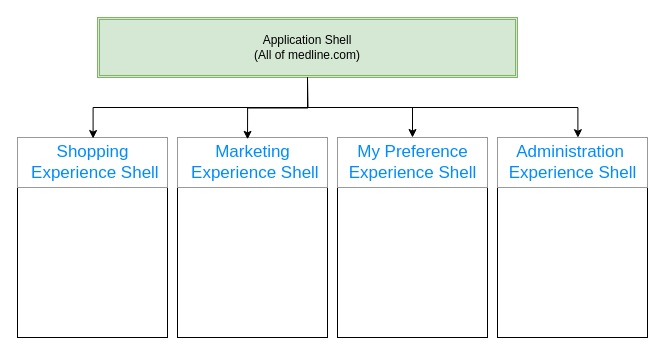
Above: Shell Application Layout.drawio in neio100/orange (draw.io), before the change. Source tidied: cells renumbered, new cells numbered last; positions are measured from the earlier drawing's top-left corner, leaving out a move shared by most shapes. Both pictures are drawn from the tidied source at 100%, with x=0, y=0 at pixel (17, 17).
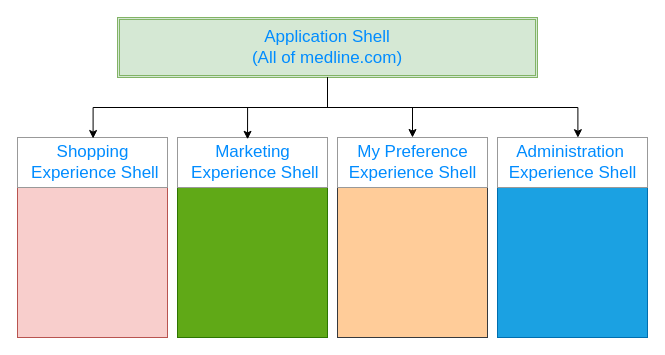
The same page after the edit.

Change to the diagram source:
```diff
@@
 <mxGraphModel>
   <root>
     <mxCell id="0" />
     <mxCell id="1" parent="0" />
     <mxCell id="2" style="edgeStyle=orthogonalEdgeStyle;rounded=0;jettySize=auto;html=1;" parent="1" edge="1" source="3" target="9">
       <mxGeometry relative="1" as="geometry" />
     </mxCell>
-    <mxCell id="3" value="Application Shell&lt;br&gt;(All of medline.com)" style="shape=ext;double=1;rounded=0;whiteSpace=wrap;html=1;fillColor=#d5e8d4;strokeColor=#82b366;" parent="1" vertex="1">
-      <mxGeometry x="80" width="420" height="60" as="geometry" />
+    <mxCell id="3" value="&lt;font style=&quot;font-size: 17px&quot; color=&quot;#008cff&quot;&gt;Application Shell&lt;br&gt;(All of medline.com)&lt;/font&gt;" style="shape=ext;double=1;rounded=0;whiteSpace=wrap;html=1;fillColor=#d5e8d4;strokeColor=#82b366;" parent="1" vertex="1">
+      <mxGeometry x="100" width="420" height="60" as="geometry" />
     </mxCell>
-    <mxCell id="4" style="strokeWidth=1;shadow=0;dashed=0;align=center;html=1;shape=mxgraph.mockup.forms.rrect;rSize=0;" parent="1" vertex="1">
+    <mxCell id="4" style="strokeWidth=1;shadow=0;dashed=0;align=center;html=1;shape=mxgraph.mockup.forms.rrect;rSize=0;fillColor=#f8cecc;strokeColor=#b85450;" parent="1" vertex="1">
       <mxGeometry y="120" width="150" height="200" as="geometry" />
     </mxCell>
     <mxCell id="5" value="Shopping&lt;br&gt;&amp;nbsp;Experience Shell" style="strokeWidth=1;shadow=0;dashed=0;align=center;html=1;shape=mxgraph.mockup.forms.rrect;rSize=0;strokeColor=#999999;fontColor=#008cff;fontSize=17;fillColor=#ffffff;" parent="4" vertex="1">
       <mxGeometry width="150" height="50" relative="1" as="geometry" />
     </mxCell>
-    <mxCell id="6" style="strokeWidth=1;shadow=0;dashed=0;align=center;html=1;shape=mxgraph.mockup.forms.rrect;rSize=0;" parent="1" vertex="1">
+    <mxCell id="6" style="strokeWidth=1;shadow=0;dashed=0;align=center;html=1;shape=mxgraph.mockup.forms.rrect;rSize=0;fillColor=#60a917;strokeColor=#2D7600;fontColor=#ffffff;" parent="1" vertex="1">
       <mxGeometry x="160" y="120" width="150" height="200" as="geometry" />
     </mxCell>
     <mxCell id="7" value="Marketing&lt;br&gt;&amp;nbsp;Experience Shell" style="strokeWidth=1;shadow=0;dashed=0;align=center;html=1;shape=mxgraph.mockup.forms.rrect;rSize=0;strokeColor=#999999;fontColor=#008cff;fontSize=17;fillColor=#ffffff;" parent="6" vertex="1">
       <mxGeometry width="150" height="50" relative="1" as="geometry" />
     </mxCell>
-    <mxCell id="8" style="strokeWidth=1;shadow=0;dashed=0;align=center;html=1;shape=mxgraph.mockup.forms.rrect;rSize=0;" parent="1" vertex="1">
+    <mxCell id="8" style="strokeWidth=1;shadow=0;dashed=0;align=center;html=1;shape=mxgraph.mockup.forms.rrect;rSize=0;fillColor=#ffcc99;strokeColor=#36393d;" parent="1" vertex="1">
       <mxGeometry x="320" y="120" width="150" height="200" as="geometry" />
     </mxCell>
     <mxCell id="9" value="My Preference&lt;br&gt;Experience Shell" style="strokeWidth=1;shadow=0;dashed=0;align=center;html=1;shape=mxgraph.mockup.forms.rrect;rSize=0;strokeColor=#999999;fontColor=#008cff;fontSize=17;fillColor=#ffffff;" parent="8" vertex="1">
       <mxGeometry width="150" height="50" relative="1" as="geometry" />
     </mxCell>
-    <mxCell id="10" style="strokeWidth=1;shadow=0;dashed=0;align=center;html=1;shape=mxgraph.mockup.forms.rrect;rSize=0;" parent="1" vertex="1">
+    <mxCell id="10" style="strokeWidth=1;shadow=0;dashed=0;align=center;html=1;shape=mxgraph.mockup.forms.rrect;rSize=0;fillColor=#1ba1e2;fontColor=#ffffff;strokeColor=#006EAF;" parent="1" vertex="1">
       <mxGeometry x="480" y="120" width="150" height="200" as="geometry" />
     </mxCell>
     <mxCell id="11" value="Administration&amp;nbsp;&lt;br&gt;Experience Shell" style="strokeWidth=1;shadow=0;dashed=0;align=center;html=1;shape=mxgraph.mockup.forms.rrect;rSize=0;strokeColor=#999999;fontColor=#008cff;fontSize=17;fillColor=#ffffff;" parent="10" vertex="1">
       <mxGeometry width="150" height="50" relative="1" as="geometry" />
     </mxCell>
     <mxCell id="12" style="edgeStyle=orthogonalEdgeStyle;rounded=0;jettySize=auto;html=1;entryX=0.536;entryY=0.004;entryDx=0;entryDy=0;entryPerimeter=0;exitX=0.5;exitY=1;exitDx=0;exitDy=0;" parent="1" edge="1" source="3" target="11">
       <mxGeometry relative="1" as="geometry" />
     </mxCell>
-    <mxCell id="13" style="edgeStyle=orthogonalEdgeStyle;rounded=0;jettySize=auto;html=1;entryX=0.467;entryY=0.036;entryDx=0;entryDy=0;entryPerimeter=0;" parent="1" edge="1" target="7">
-      <mxGeometry relative="1" as="geometry">
-        <mxPoint x="290" y="60" as="sourcePoint" />
-      </mxGeometry>
+    <mxCell id="13" style="edgeStyle=orthogonalEdgeStyle;rounded=0;jettySize=auto;html=1;entryX=0.467;entryY=0.036;entryDx=0;entryDy=0;entryPerimeter=0;exitX=0.5;exitY=1;exitDx=0;exitDy=0;" parent="1" edge="1" source="3" target="7">
+      <mxGeometry relative="1" as="geometry" />
     </mxCell>
     <mxCell id="14" style="edgeStyle=orthogonalEdgeStyle;rounded=0;jettySize=auto;html=1;exitX=0.5;exitY=1;exitDx=0;exitDy=0;entryX=0.504;entryY=0.02;entryDx=0;entryDy=0;entryPerimeter=0;" parent="1" edge="1" source="3" target="5">
       <mxGeometry relative="1" as="geometry" />
     </mxCell>
   </root>
 </mxGraphModel>
```
